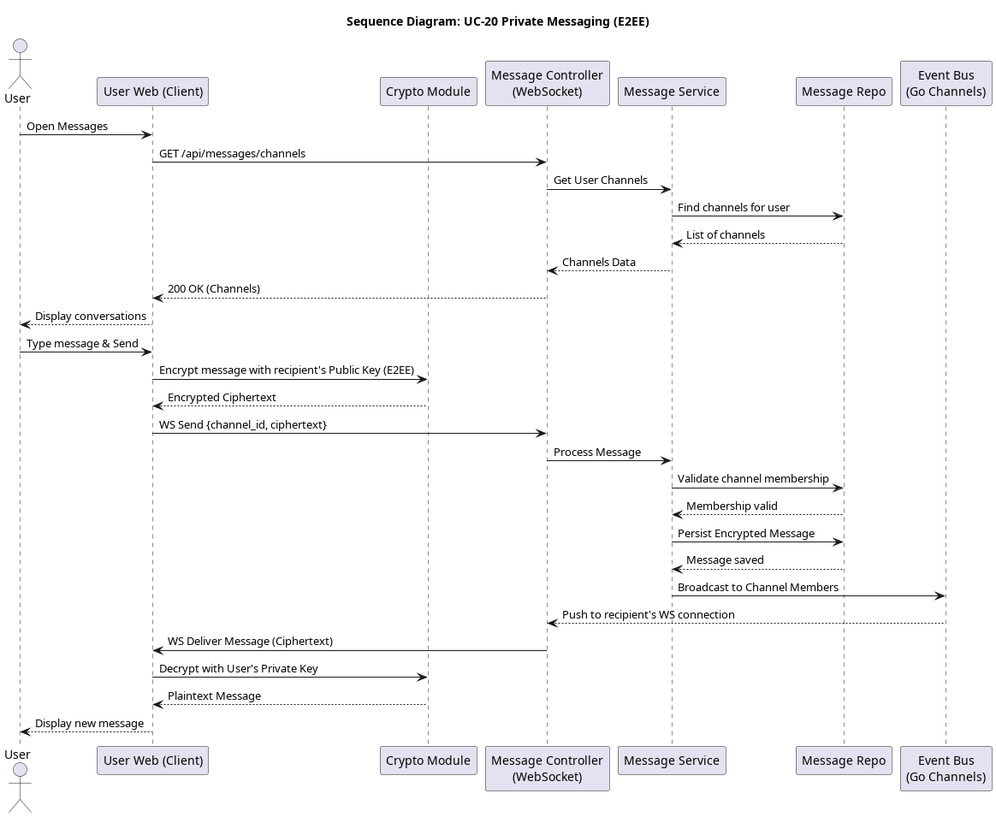
This is docs/srs_add/SAD/diagrams/seq_20_private_messaging.png from giakiet05/lkforum-new, a PlantUML export, as it was before one commit.
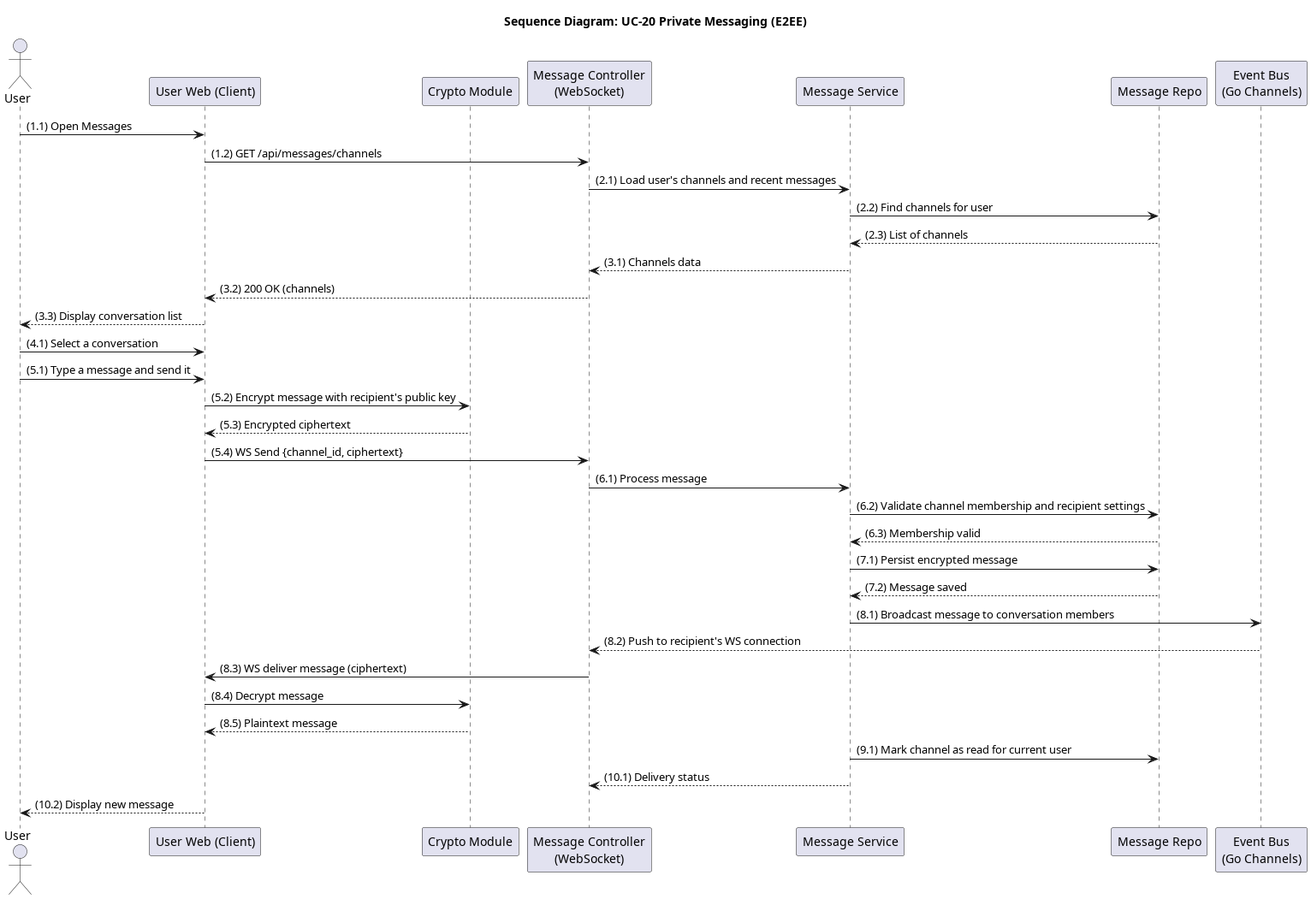
The same file after the commit.

Change to the diagram source:
```diff
@@ -9,28 +9,31 @@
 participant "Message Repo" as Repo
 participant "Event Bus\n(Go Channels)" as EventBus
 
-User -> Frontend: Open Messages
-Frontend -> Controller: GET /api/messages/channels
-Controller -> Service: Get User Channels
-Service -> Repo: Find channels for user
-Repo --> Service: List of channels
-Service --> Controller: Channels Data
-Controller --> Frontend: 200 OK (Channels)
-Frontend --> User: Display conversations
+User -> Frontend: (1.1) Open Messages
+Frontend -> Controller: (1.2) GET /api/messages/channels
+Controller -> Service: (2.1) Load user's channels and recent messages
+Service -> Repo: (2.2) Find channels for user
+Repo --> Service: (2.3) List of channels
+Service --> Controller: (3.1) Channels data
+Controller --> Frontend: (3.2) 200 OK (channels)
+Frontend --> User: (3.3) Display conversation list
 
-User -> Frontend: Type message & Send
-Frontend -> Crypto: Encrypt message with recipient's Public Key (E2EE)
-Crypto --> Frontend: Encrypted Ciphertext
-Frontend -> Controller: WS Send {channel_id, ciphertext}
-Controller -> Service: Process Message
-Service -> Repo: Validate channel membership
-Repo --> Service: Membership valid
-Service -> Repo: Persist Encrypted Message
-Repo --> Service: Message saved
-Service -> EventBus: Broadcast to Channel Members
-EventBus --> Controller: Push to recipient's WS connection
-Controller -> Frontend: WS Deliver Message (Ciphertext)
-Frontend -> Crypto: Decrypt with User's Private Key
-Crypto --> Frontend: Plaintext Message
-Frontend --> User: Display new message
+User -> Frontend: (4.1) Select a conversation
+User -> Frontend: (5.1) Type a message and send it
+Frontend -> Crypto: (5.2) Encrypt message with recipient's public key
+Crypto --> Frontend: (5.3) Encrypted ciphertext
+Frontend -> Controller: (5.4) WS Send {channel_id, ciphertext}
+Controller -> Service: (6.1) Process message
+Service -> Repo: (6.2) Validate channel membership and recipient settings
+Repo --> Service: (6.3) Membership valid
+Service -> Repo: (7.1) Persist encrypted message
+Repo --> Service: (7.2) Message saved
+Service -> EventBus: (8.1) Broadcast message to conversation members
+EventBus --> Controller: (8.2) Push to recipient's WS connection
+Controller -> Frontend: (8.3) WS deliver message (ciphertext)
+Frontend -> Crypto: (8.4) Decrypt message
+Crypto --> Frontend: (8.5) Plaintext message
+Service -> Repo: (9.1) Mark channel as read for current user
+Service --> Controller: (10.1) Delivery status
+Frontend --> User: (10.2) Display new message
 @enduml
```
